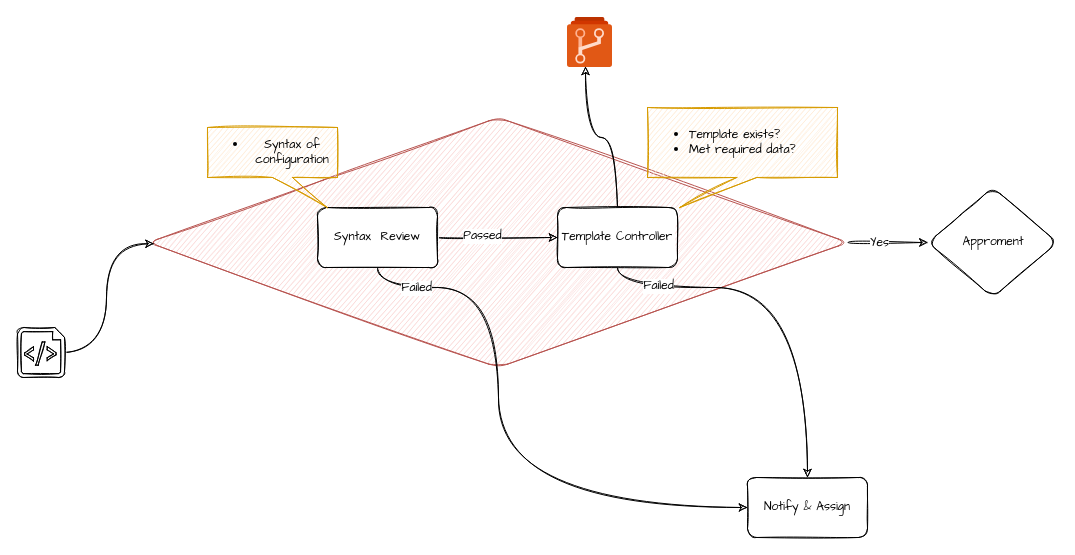
This is page "Request Validator" (3 of 4) of diagrams/open-automation.drawio from haidouks/open-automation, a draw.io file, before an edit. Source tidied: cells renumbered, new cells numbered last; positions are measured from the earlier drawing's top-left corner, leaving out a move shared by most shapes. Both pictures are drawn from the tidied source at 100%, with x=0, y=0 at pixel (17, 17). Pictures stored in the file or linked from it are replaced by grey dashed boxes.
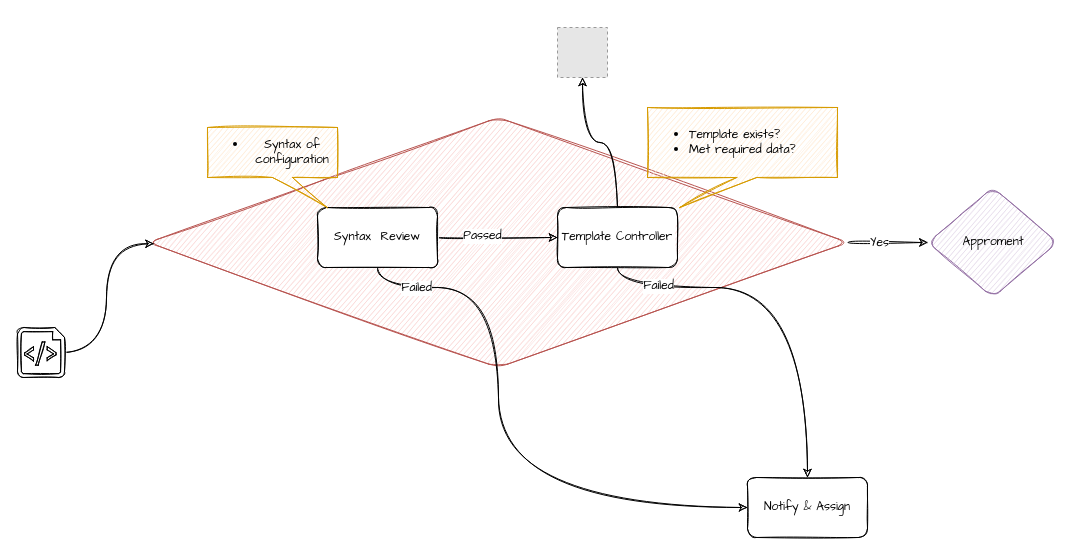
After the change.

The change refers to these unchanged cells:
```xml
<mxCell id="15" value="Template Controller" style="whiteSpace=wrap;html=1;rounded=1;fontFamily=Comic Sans MS;sketch=1;" parent="1" vertex="1">
  <mxGeometry x="540" y="190" width="120" height="60" as="geometry" />
</mxCell>
```

What changed in the source:
```diff
@@
-    <mxCell id="14" style="edgeStyle=orthogonalEdgeStyle;rounded=0;jettySize=auto;html=1;exitX=0.5;exitY=0;exitDx=0;exitDy=0;entryX=0.4;entryY=0.98;entryDx=0;entryDy=0;entryPerimeter=0;fontFamily=Comic Sans MS;fontSize=12;curved=1;sketch=1;" parent="1" edge="1" source="15" target="17">
+    <mxCell id="14" style="edgeStyle=orthogonalEdgeStyle;rounded=0;jettySize=auto;html=1;exitX=0.5;exitY=0;exitDx=0;exitDy=0;entryX=0.5;entryY=1;entryDx=0;entryDy=0;fontFamily=Comic Sans MS;fontSize=12;curved=1;sketch=1;" parent="1" edge="1" source="15" target="21">
       <mxGeometry relative="1" as="geometry" />
     </mxCell>
@@
-    <mxCell id="17" style="html=1;points=[];align=center;image;fontSize=12;image=img/lib/mscae/Azure_Repos.svg;rounded=0;labelBackgroundColor=none;sketch=1;" parent="1" vertex="1">
-      <mxGeometry x="550" width="45" height="50" as="geometry" />
-    </mxCell>
@@
-    <mxCell id="20" value="Approment" style="rhombus;whiteSpace=wrap;html=1;rounded=1;shadow=0;dashed=0;fontFamily=Comic Sans MS;verticalAlign=middle;sketch=1;" parent="1" vertex="1">
+    <mxCell id="20" value="Approment" style="rhombus;whiteSpace=wrap;html=1;rounded=1;shadow=0;dashed=0;fontFamily=Comic Sans MS;verticalAlign=middle;sketch=1;fillColor=#e1d5e7;strokeColor=#9673a6;" parent="1" vertex="1">
       <mxGeometry x="910.5" y="170" width="129.5" height="110" as="geometry" />
     </mxCell>
+    <mxCell id="21" style="fillColor=#E6E6E6;strokeColor=#999999;dashed=1;html=1;verticalAlign=top;verticalLabelPosition=bottom;labelBackgroundColor=#ffffff;fontFamily=Comic Sans MS;fontSize=12;fontColor=#000000;align=left;" parent="1" vertex="1">
+      <mxGeometry x="540" y="10" width="50" height="50" as="geometry" />
+    </mxCell>
```
